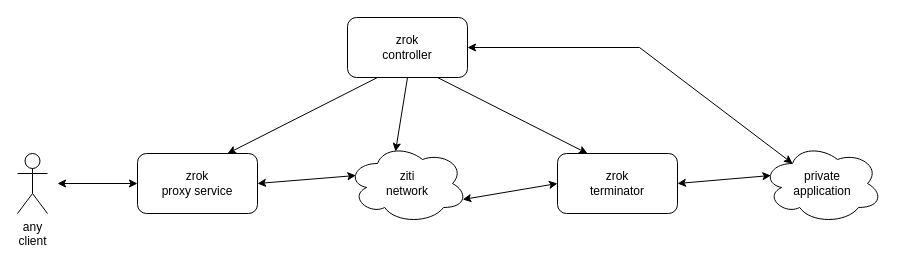
Before: docs/images/zrok.drawio in openziti/zrok, a draw.io diagram. Source tidied: cells renumbered, new cells numbered last; positions are measured from the earlier drawing's top-left corner, leaving out a move shared by most shapes. Both pictures are drawn from the tidied source at 100%, with x=0, y=0 at pixel (17, 17).
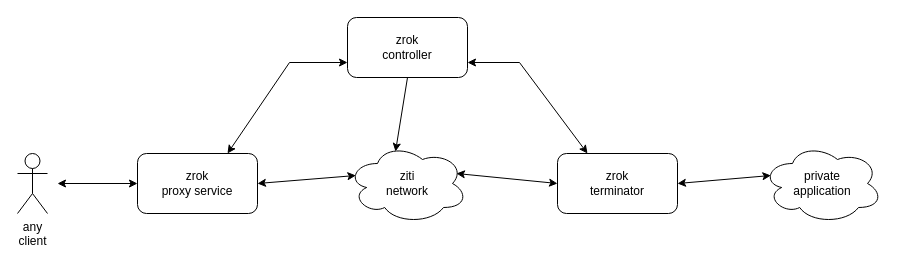
The same page after the edit.

Commit message (it also covers changes not shown here):
fixed diagram; wthwit?

Diff of the diagram source:
```diff
@@
 <mxGraphModel>
   <root>
     <mxCell id="0" />
     <mxCell id="1" parent="0" />
     <mxCell id="2" value="ziti&lt;br&gt;network" style="ellipse;shape=cloud;whiteSpace=wrap;html=1;" parent="1" vertex="1">
       <mxGeometry x="330" y="126" width="120" height="80" as="geometry" />
     </mxCell>
     <mxCell id="3" value="zrok&lt;br&gt;terminator" style="rounded=1;whiteSpace=wrap;html=1;" parent="1" vertex="1">
       <mxGeometry x="540" y="136" width="120" height="60" as="geometry" />
     </mxCell>
     <mxCell id="4" value="private&lt;br&gt;application" style="ellipse;shape=cloud;whiteSpace=wrap;html=1;" parent="1" vertex="1">
       <mxGeometry x="745" y="126" width="120" height="80" as="geometry" />
     </mxCell>
     <mxCell id="5" value="zrok&lt;br&gt;proxy service" style="rounded=1;whiteSpace=wrap;html=1;" parent="1" vertex="1">
       <mxGeometry x="120" y="136" width="120" height="60" as="geometry" />
     </mxCell>
     <mxCell id="6" value="any&lt;br&gt;client" style="shape=umlActor;verticalLabelPosition=bottom;verticalAlign=top;html=1;" parent="1" vertex="1">
       <mxGeometry y="136" width="30" height="60" as="geometry" />
     </mxCell>
     <mxCell id="7" style="endArrow=classic;startArrow=classic;html=1;rounded=0;entryX=0;entryY=0.5;entryDx=0;entryDy=0;" parent="1" edge="1" target="5">
       <mxGeometry relative="1" as="geometry">
         <mxPoint x="40" y="166" as="sourcePoint" />
       </mxGeometry>
     </mxCell>
     <mxCell id="8" style="endArrow=classic;startArrow=classic;html=1;rounded=0;entryX=0.07;entryY=0.4;entryDx=0;entryDy=0;entryPerimeter=0;exitX=1;exitY=0.5;exitDx=0;exitDy=0;" parent="1" edge="1" source="5" target="2">
       <mxGeometry relative="1" as="geometry" />
     </mxCell>
-    <mxCell id="9" style="endArrow=classic;startArrow=classic;html=1;rounded=0;entryX=0;entryY=0.5;entryDx=0;entryDy=0;exitX=0.96;exitY=0.7;exitDx=0;exitDy=0;exitPerimeter=0;" parent="1" edge="1" source="2" target="3">
+    <mxCell id="9" style="endArrow=classic;startArrow=classic;html=1;rounded=0;entryX=0;entryY=0.5;entryDx=0;entryDy=0;exitX=0.908;exitY=0.375;exitDx=0;exitDy=0;exitPerimeter=0;" parent="1" edge="1" source="2" target="3">
       <mxGeometry relative="1" as="geometry" />
     </mxCell>
     <mxCell id="10" style="endArrow=classic;startArrow=classic;html=1;rounded=0;entryX=0.07;entryY=0.4;entryDx=0;entryDy=0;entryPerimeter=0;exitX=1;exitY=0.5;exitDx=0;exitDy=0;" parent="1" edge="1" source="3" target="4">
       <mxGeometry relative="1" as="geometry" />
     </mxCell>
     <mxCell id="11" value="zrok&lt;br&gt;controller" style="rounded=1;whiteSpace=wrap;html=1;" parent="1" vertex="1">
       <mxGeometry x="330" width="120" height="60" as="geometry" />
     </mxCell>
     <mxCell id="12" style="endArrow=classic;html=1;rounded=0;exitX=0.5;exitY=1;exitDx=0;exitDy=0;entryX=0.4;entryY=0.1;entryDx=0;entryDy=0;entryPerimeter=0;" parent="1" edge="1" source="11" target="2">
       <mxGeometry relative="1" as="geometry" />
     </mxCell>
-    <mxCell id="13" style="endArrow=classic;html=1;rounded=0;exitX=0.25;exitY=1;exitDx=0;exitDy=0;entryX=0.75;entryY=0;entryDx=0;entryDy=0;" parent="1" edge="1" source="11" target="5">
-      <mxGeometry relative="1" as="geometry" />
+    <mxCell id="13" style="endArrow=classic;html=1;rounded=0;exitX=0;exitY=0.75;exitDx=0;exitDy=0;entryX=0.75;entryY=0;entryDx=0;entryDy=0;startArrow=classic;startFill=1;" parent="1" edge="1" source="11" target="5">
+      <mxGeometry relative="1" as="geometry">
+        <Array as="points">
+          <mxPoint x="272" y="45" />
+        </Array>
+      </mxGeometry>
     </mxCell>
-    <mxCell id="14" style="endArrow=classic;html=1;rounded=0;exitX=0.75;exitY=1;exitDx=0;exitDy=0;entryX=0.25;entryY=0;entryDx=0;entryDy=0;" parent="1" edge="1" source="11" target="3">
-      <mxGeometry relative="1" as="geometry" />
+    <mxCell id="14" style="endArrow=classic;html=1;rounded=0;exitX=1;exitY=0.75;exitDx=0;exitDy=0;entryX=0.25;entryY=0;entryDx=0;entryDy=0;endFill=1;startArrow=classic;startFill=1;" parent="1" edge="1" source="11" target="3">
+      <mxGeometry relative="1" as="geometry">
+        <Array as="points">
+          <mxPoint x="502" y="45" />
+        </Array>
+      </mxGeometry>
     </mxCell>
-    <mxCell id="15" style="endArrow=classic;startArrow=classic;html=1;rounded=0;exitX=1;exitY=0.5;exitDx=0;exitDy=0;entryX=0.25;entryY=0.25;entryDx=0;entryDy=0;entryPerimeter=0;" parent="1" edge="1" source="11" target="4">
-      <mxGeometry relative="1" as="geometry">
-        <Array as="points">
-          <mxPoint x="622" y="30" />
-        </Array>
-      </mxGeometry>
-    </mxCell>
   </root>
 </mxGraphModel>
```
